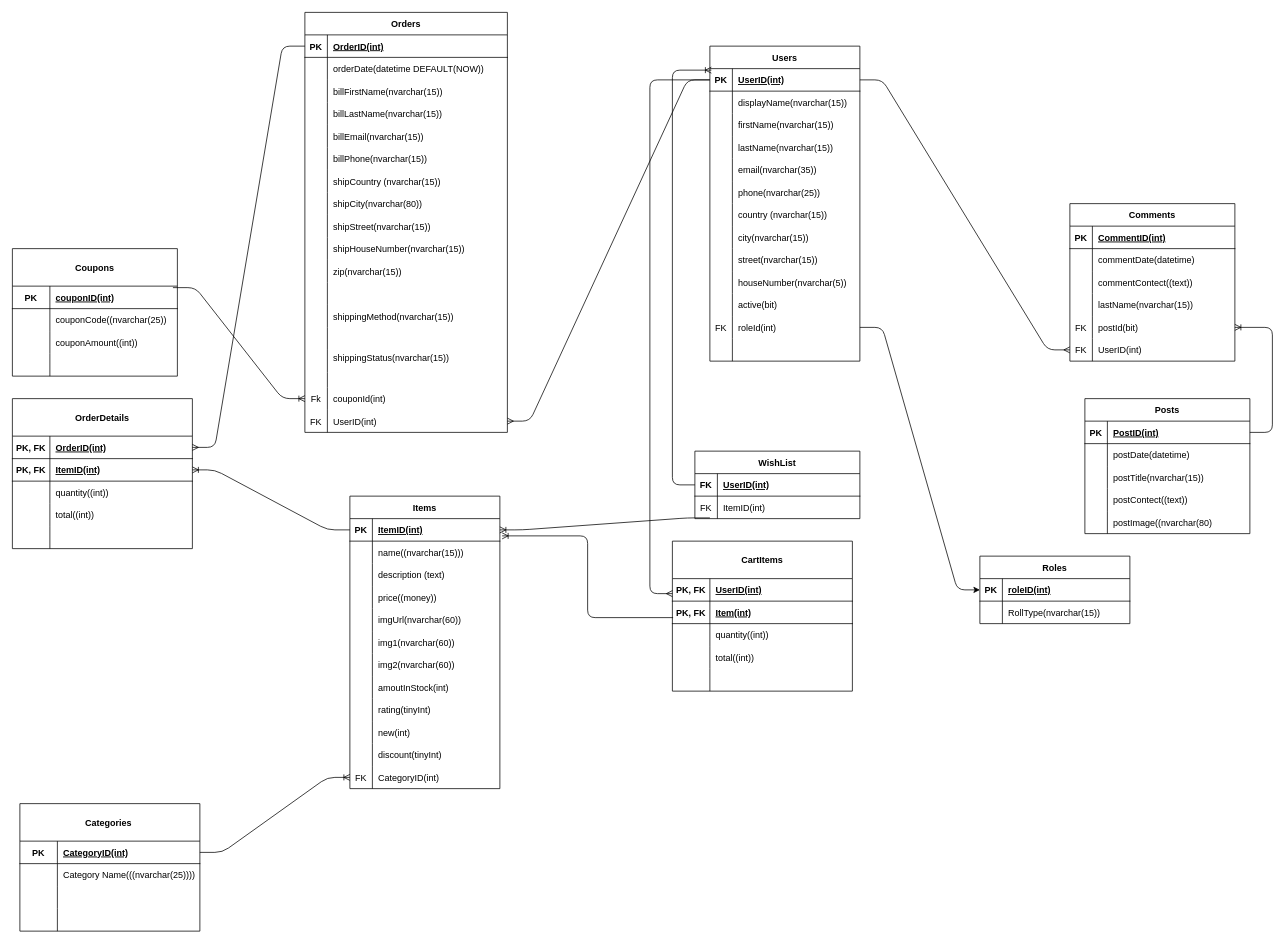
Earlier version of the draw.io diagram Untitled Diagram.drawio (giladdekel/TypescriptE). Source tidied: cells renumbered, new cells numbered last; positions are measured from the earlier drawing's top-left corner, leaving out a move shared by most shapes. Both pictures are drawn from the tidied source at 75%, with x=0, y=0 at pixel (12, 12).
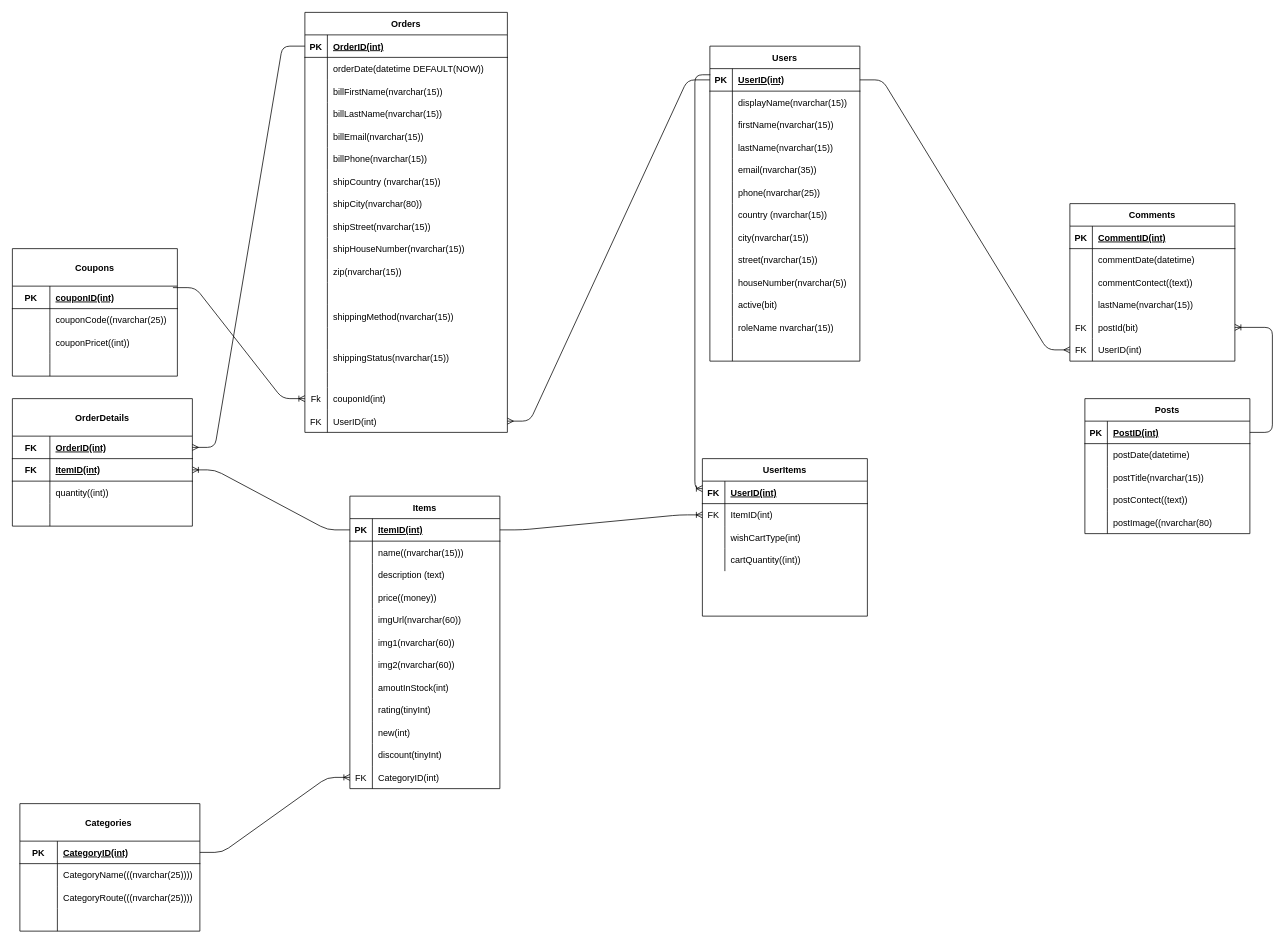
The same page after the edit.

The change refers to these unchanged cells:
```xml
<mxCell id="3" style="shape=partialRectangle;fillColor=none;top=0;left=0;bottom=1;right=0;points=[[0,0.5],[1,0.5]];portConstraint=eastwest;" parent="2" vertex="1">
  <mxGeometry y="30" width="200" height="30" as="geometry" />
</mxCell>
<mxCell id="36" style="shape=partialRectangle;fillColor=none;top=0;left=0;bottom=0;right=0;points=[[0,0.5],[1,0.5]];portConstraint=eastwest;" parent="2" vertex="1">
  <mxGeometry y="360" width="200" height="30" as="geometry" />
</mxCell>
<mxCell id="100" style="shape=partialRectangle;fillColor=none;top=0;left=0;bottom=1;right=0;points=[[0,0.5],[1,0.5]];portConstraint=eastwest;" parent="99" vertex="1">
  <mxGeometry y="50" width="240" height="30" as="geometry" />
</mxCell>
<mxCell id="103" style="shape=partialRectangle;fillColor=none;top=0;left=0;bottom=1;right=0;points=[[0,0.5],[1,0.5]];portConstraint=eastwest;" parent="99" vertex="1">
  <mxGeometry y="80" width="240" height="30" as="geometry" />
</mxCell>
<mxCell id="117" style="shape=partialRectangle;fillColor=none;top=0;left=0;bottom=1;right=0;points=[[0,0.5],[1,0.5]];portConstraint=eastwest;" parent="116" vertex="1">
  <mxGeometry y="30" width="200" height="30" as="geometry" />
</mxCell>
<mxCell id="158" style="shape=partialRectangle;fillColor=none;top=0;left=0;bottom=0;right=0;" parent="154" vertex="1">
  <mxGeometry y="80" width="240" height="30" as="geometry" />
</mxCell>
<mxCell id="215" style="shape=partialRectangle;fillColor=none;top=0;left=0;bottom=1;right=0;points=[[0,0.5],[1,0.5]];portConstraint=eastwest;" parent="214" vertex="1">
  <mxGeometry y="30" width="220" height="30" as="geometry" />
</mxCell>
<mxCell id="218" style="shape=partialRectangle;fillColor=none;top=0;left=0;bottom=0;right=0;points=[[0,0.5],[1,0.5]];portConstraint=eastwest;" parent="214" vertex="1">
  <mxGeometry y="60" width="220" height="30" as="geometry" />
</mxCell>
<mxCell id="230" style="shape=partialRectangle;fillColor=none;top=0;left=0;bottom=0;right=0;" parent="223" vertex="1">
  <mxGeometry y="110" width="220" height="30" as="geometry" />
</mxCell>
```

Diff of the diagram source:
```diff
@@
-    <mxCell id="37" value="FK" style="shape=partialRectangle;fillColor=none;top=0;left=0;bottom=0;right=0;overflow=hidden;" parent="36" vertex="1">
+    <mxCell id="37" style="shape=partialRectangle;fillColor=none;top=0;left=0;bottom=0;right=0;overflow=hidden;" parent="36" vertex="1">
       <mxGeometry width="30" height="30" as="geometry" />
     </mxCell>
-    <mxCell id="38" value="roleId(int)" style="shape=partialRectangle;fillColor=none;top=0;left=0;bottom=0;right=0;align=left;spacingLeft=6;overflow=hidden;" parent="36" vertex="1">
+    <mxCell id="38" value="roleName nvarchar(15))" style="shape=partialRectangle;fillColor=none;top=0;left=0;bottom=0;right=0;align=left;spacingLeft=6;overflow=hidden;" parent="36" vertex="1">
       <mxGeometry x="30" width="170" height="30" as="geometry" />
     </mxCell>
@@
     <mxCell id="99" value="OrderDetails" style="shape=table;startSize=50;childLayout=tableLayout;rowLines=0;fontStyle=1;align=center;" parent="1" vertex="1">
-      <mxGeometry y="515" width="240" height="200" as="geometry" />
+      <mxGeometry y="515" width="240" height="170" as="geometry" />
     </mxCell>
@@
-    <mxCell id="101" value="PK, FK" style="shape=partialRectangle;fillColor=none;top=0;left=0;bottom=0;right=0;fontStyle=1;overflow=hidden;" parent="100" vertex="1">
+    <mxCell id="101" value="FK" style="shape=partialRectangle;fillColor=none;top=0;left=0;bottom=0;right=0;fontStyle=1;overflow=hidden;" parent="100" vertex="1">
       <mxGeometry width="50" height="30" as="geometry" />
     </mxCell>
@@
-    <mxCell id="104" value="PK, FK" style="shape=partialRectangle;fillColor=none;top=0;left=0;bottom=0;right=0;fontStyle=1;overflow=hidden;" parent="103" vertex="1">
+    <mxCell id="104" value="FK" style="shape=partialRectangle;fillColor=none;top=0;left=0;bottom=0;right=0;fontStyle=1;overflow=hidden;" parent="103" vertex="1">
       <mxGeometry width="50" height="30" as="geometry" />
     </mxCell>
@@
-    <mxCell id="109" style="shape=partialRectangle;fillColor=none;top=0;left=0;bottom=0;right=0;" parent="99" vertex="1">
-      <mxGeometry y="140" width="240" height="30" as="geometry" />
-    </mxCell>
-    <mxCell id="110" style="shape=partialRectangle;fillColor=none;top=0;left=0;bottom=0;right=0;overflow=hidden;" parent="109" vertex="1">
-      <mxGeometry width="50" height="30" as="geometry" />
-    </mxCell>
-    <mxCell id="111" value="total((int))" style="shape=partialRectangle;fillColor=none;top=0;left=0;bottom=0;right=0;align=left;spacingLeft=6;overflow=hidden;" parent="109" vertex="1">
-      <mxGeometry x="50" width="190" height="30" as="geometry" />
-    </mxCell>
     <mxCell id="112" style="shape=partialRectangle;fillColor=none;top=0;left=0;bottom=0;right=0;" parent="99" vertex="1">
-      <mxGeometry y="170" width="240" height="30" as="geometry" />
+      <mxGeometry y="140" width="240" height="30" as="geometry" />
     </mxCell>
@@
-    <mxCell id="160" value="Category Name(((nvarchar(25))))" style="shape=partialRectangle;fillColor=none;top=0;left=0;bottom=0;right=0;align=left;spacingLeft=6;overflow=hidden;" parent="158" vertex="1">
+    <mxCell id="160" value="CategoryName(((nvarchar(25))))" style="shape=partialRectangle;fillColor=none;top=0;left=0;bottom=0;right=0;align=left;spacingLeft=6;overflow=hidden;" parent="158" vertex="1">
       <mxGeometry x="50" width="190" height="30" as="geometry" />
     </mxCell>
@@
-    <mxCell id="168" value="Roles" style="shape=table;startSize=30;childLayout=tableLayout;rowLines=0;fontStyle=1;align=center;" parent="1" vertex="1">
-      <mxGeometry x="1290" y="725" width="200" height="90" as="geometry" />
-    </mxCell>
-    <mxCell id="169" style="shape=partialRectangle;fillColor=none;top=0;left=0;bottom=1;right=0;points=[[0,0.5],[1,0.5]];portConstraint=eastwest;" parent="168" vertex="1">
-      <mxGeometry y="30" width="200" height="30" as="geometry" />
-    </mxCell>
-    <mxCell id="170" value="PK" style="shape=partialRectangle;fillColor=none;top=0;left=0;bottom=0;right=0;fontStyle=1;overflow=hidden;" parent="169" vertex="1">
-      <mxGeometry width="30" height="30" as="geometry" />
-    </mxCell>
-    <mxCell id="171" value="roleID(int)" style="shape=partialRectangle;fillColor=none;top=0;left=0;bottom=0;right=0;align=left;spacingLeft=6;fontStyle=5;overflow=hidden;" parent="169" vertex="1">
-      <mxGeometry x="30" width="170" height="30" as="geometry" />
-    </mxCell>
-    <mxCell id="172" style="shape=partialRectangle;fillColor=none;top=0;left=0;bottom=0;right=0;" parent="168" vertex="1">
-      <mxGeometry y="60" width="200" height="30" as="geometry" />
-    </mxCell>
-    <mxCell id="173" style="shape=partialRectangle;fillColor=none;top=0;left=0;bottom=0;right=0;overflow=hidden;" parent="172" vertex="1">
-      <mxGeometry width="30" height="30" as="geometry" />
-    </mxCell>
-    <mxCell id="174" value="RollType(nvarchar(15))" style="shape=partialRectangle;fillColor=none;top=0;left=0;bottom=0;right=0;align=left;spacingLeft=6;overflow=hidden;" parent="172" vertex="1">
-      <mxGeometry x="30" width="170" height="30" as="geometry" />
-    </mxCell>
-    <mxCell id="175" style="edgeStyle=entityRelationEdgeStyle;fontSize=12;html=1;endArrow=ERmany;exitX=0;exitY=0.5;exitDx=0;exitDy=0;strokeColor=none;" parent="1" edge="1" source="169" target="36">
-      <mxGeometry relative="1" as="geometry" />
+    <mxCell id="175" style="edgeStyle=entityRelationEdgeStyle;fontSize=12;html=1;endArrow=ERmany;exitX=0;exitY=0.5;exitDx=0;exitDy=0;strokeColor=none;" parent="1" edge="1" target="36">
+      <mxGeometry relative="1" as="geometry">
+        <mxPoint x="1290" y="770" as="sourcePoint" />
+      </mxGeometry>
     </mxCell>
-    <mxCell id="176" style="edgeStyle=entityRelationEdgeStyle;fontSize=12;html=1;endArrow=classic;endFill=1;" parent="1" edge="1" source="36" target="169">
-      <mxGeometry relative="1" as="geometry" />
-    </mxCell>
@@
-    <mxCell id="214" value="WishList" style="shape=table;startSize=30;childLayout=tableLayout;rowLines=0;fontStyle=1;align=center;" parent="1" vertex="1">
-      <mxGeometry x="910" y="585" width="220" height="90" as="geometry" />
+    <mxCell id="214" value="UserItems" style="shape=table;startSize=30;childLayout=tableLayout;rowLines=0;fontStyle=1;align=center;" parent="1" vertex="1">
+      <mxGeometry x="920" y="595" width="220" height="210" as="geometry" />
     </mxCell>
@@
+    <mxCell id="255" style="shape=partialRectangle;fillColor=none;top=0;left=0;bottom=0;right=0;" parent="214" vertex="1">
+      <mxGeometry y="90" width="220" height="30" as="geometry" />
+    </mxCell>
+    <mxCell id="173" style="shape=partialRectangle;fillColor=none;top=0;left=0;bottom=0;right=0;overflow=hidden;" parent="255" vertex="1">
+      <mxGeometry width="30" height="30" as="geometry" />
+    </mxCell>
+    <mxCell id="256" value="wishCartType(int)" style="shape=partialRectangle;fillColor=none;top=0;left=0;bottom=0;right=0;align=left;spacingLeft=6;overflow=hidden;" parent="255" vertex="1">
+      <mxGeometry x="30" width="190" height="30" as="geometry" />
+    </mxCell>
+    <mxCell id="244" style="shape=partialRectangle;fillColor=none;top=0;left=0;bottom=0;right=0;" parent="214" vertex="1">
+      <mxGeometry y="120" width="220" height="30" as="geometry" />
+    </mxCell>
+    <mxCell id="245" style="shape=partialRectangle;fillColor=none;top=0;left=0;bottom=0;right=0;overflow=hidden;" parent="244" vertex="1">
+      <mxGeometry width="30" height="30" as="geometry" />
+    </mxCell>
+    <mxCell id="246" value="cartQuantity((int))" style="shape=partialRectangle;fillColor=none;top=0;left=0;bottom=0;right=0;align=left;spacingLeft=6;overflow=hidden;" parent="244" vertex="1">
+      <mxGeometry x="30" width="190" height="30" as="geometry" />
+    </mxCell>
-    <mxCell id="221" style="edgeStyle=elbowEdgeStyle;fontSize=12;html=1;endArrow=ERoneToMany;exitX=0;exitY=0.5;exitDx=0;exitDy=0;entryX=0.01;entryY=0.067;entryDx=0;entryDy=0;entryPerimeter=0;" parent="1" edge="1" source="215" target="3">
+    <mxCell id="221" style="edgeStyle=elbowEdgeStyle;fontSize=12;html=1;endArrow=ERoneToMany;endFill=0;exitX=0.003;exitY=0.273;exitDx=0;exitDy=0;exitPerimeter=0;" parent="1" edge="1" source="3">
       <mxGeometry relative="1" as="geometry">
+        <mxPoint x="920" y="635" as="targetPoint" />
         <Array as="points">
+          <mxPoint x="910" y="635" />
           <mxPoint x="880" y="585" />
         </Array>
       </mxGeometry>
     </mxCell>
-    <mxCell id="222" style="edgeStyle=entityRelationEdgeStyle;fontSize=12;html=1;endArrow=ERoneToMany;exitX=0.091;exitY=0.967;exitDx=0;exitDy=0;exitPerimeter=0;entryX=1;entryY=0.5;entryDx=0;entryDy=0;" parent="1" edge="1" source="218" target="117">
-      <mxGeometry relative="1" as="geometry" />
-    </mxCell>
@@
-    <mxCell id="232" value="couponAmount((int))" style="shape=partialRectangle;fillColor=none;top=0;left=0;bottom=0;right=0;align=left;spacingLeft=6;overflow=hidden;" parent="230" vertex="1">
+    <mxCell id="232" value="couponPricet((int))" style="shape=partialRectangle;fillColor=none;top=0;left=0;bottom=0;right=0;align=left;spacingLeft=6;overflow=hidden;" parent="230" vertex="1">
       <mxGeometry x="50" width="170" height="30" as="geometry" />
     </mxCell>
@@
-    <mxCell id="237" value="CartItems" style="shape=table;startSize=50;childLayout=tableLayout;rowLines=0;fontStyle=1;align=center;" parent="1" vertex="1">
-      <mxGeometry x="880" y="705" width="240" height="200" as="geometry" />
-    </mxCell>
-    <mxCell id="238" style="shape=partialRectangle;fillColor=none;top=0;left=0;bottom=1;right=0;" parent="237" vertex="1">
-      <mxGeometry y="50" width="240" height="30" as="geometry" />
-    </mxCell>
-    <mxCell id="239" value="PK, FK" style="shape=partialRectangle;fillColor=none;top=0;left=0;bottom=0;right=0;fontStyle=1;overflow=hidden;" parent="238" vertex="1">
-      <mxGeometry width="50" height="30" as="geometry" />
-    </mxCell>
-    <mxCell id="240" value="UserID(int)" style="shape=partialRectangle;fillColor=none;top=0;left=0;bottom=0;right=0;align=left;spacingLeft=6;fontStyle=5;overflow=hidden;" parent="238" vertex="1">
-      <mxGeometry x="50" width="190" height="30" as="geometry" />
-    </mxCell>
-    <mxCell id="241" style="shape=partialRectangle;fillColor=none;top=0;left=0;bottom=1;right=0;points=[[0,0.5],[1,0.5]];portConstraint=eastwest;" parent="237" vertex="1">
-      <mxGeometry y="80" width="240" height="30" as="geometry" />
-    </mxCell>
-    <mxCell id="242" value="PK, FK" style="shape=partialRectangle;fillColor=none;top=0;left=0;bottom=0;right=0;fontStyle=1;overflow=hidden;" parent="241" vertex="1">
-      <mxGeometry width="50" height="30" as="geometry" />
-    </mxCell>
-    <mxCell id="243" value="Item(int)" style="shape=partialRectangle;fillColor=none;top=0;left=0;bottom=0;right=0;align=left;spacingLeft=6;fontStyle=5;overflow=hidden;" parent="241" vertex="1">
-      <mxGeometry x="50" width="190" height="30" as="geometry" />
-    </mxCell>
-    <mxCell id="244" style="shape=partialRectangle;fillColor=none;top=0;left=0;bottom=0;right=0;" parent="237" vertex="1">
-      <mxGeometry y="110" width="240" height="30" as="geometry" />
-    </mxCell>
-    <mxCell id="245" style="shape=partialRectangle;fillColor=none;top=0;left=0;bottom=0;right=0;overflow=hidden;" parent="244" vertex="1">
-      <mxGeometry width="50" height="30" as="geometry" />
-    </mxCell>
-    <mxCell id="246" value="quantity((int))" style="shape=partialRectangle;fillColor=none;top=0;left=0;bottom=0;right=0;align=left;spacingLeft=6;overflow=hidden;" parent="244" vertex="1">
-      <mxGeometry x="50" width="190" height="30" as="geometry" />
-    </mxCell>
-    <mxCell id="247" style="shape=partialRectangle;fillColor=none;top=0;left=0;bottom=0;right=0;" parent="237" vertex="1">
-      <mxGeometry y="140" width="240" height="30" as="geometry" />
-    </mxCell>
-    <mxCell id="248" style="shape=partialRectangle;fillColor=none;top=0;left=0;bottom=0;right=0;overflow=hidden;" parent="247" vertex="1">
-      <mxGeometry width="50" height="30" as="geometry" />
-    </mxCell>
-    <mxCell id="249" value="total((int))" style="shape=partialRectangle;fillColor=none;top=0;left=0;bottom=0;right=0;align=left;spacingLeft=6;overflow=hidden;" parent="247" vertex="1">
-      <mxGeometry x="50" width="190" height="30" as="geometry" />
-    </mxCell>
-    <mxCell id="250" style="shape=partialRectangle;fillColor=none;top=0;left=0;bottom=0;right=0;" parent="237" vertex="1">
-      <mxGeometry y="170" width="240" height="30" as="geometry" />
-    </mxCell>
-    <mxCell id="251" style="shape=partialRectangle;fillColor=none;top=0;left=0;bottom=0;right=0;overflow=hidden;" parent="250" vertex="1">
-      <mxGeometry width="50" height="30" as="geometry" />
-    </mxCell>
-    <mxCell id="252" style="shape=partialRectangle;fillColor=none;top=0;left=0;bottom=0;right=0;align=left;spacingLeft=6;overflow=hidden;" parent="250" vertex="1">
-      <mxGeometry x="50" width="190" height="30" as="geometry" />
-    </mxCell>
-    <mxCell id="253" style="edgeStyle=elbowEdgeStyle;fontSize=12;html=1;endArrow=ERmany;exitX=0;exitY=0.5;exitDx=0;exitDy=0;" parent="1" edge="1" source="3">
-      <mxGeometry relative="1" as="geometry">
-        <mxPoint x="880" y="775" as="targetPoint" />
-        <Array as="points">
-          <mxPoint x="850" y="775" />
-        </Array>
-      </mxGeometry>
-    </mxCell>
-    <mxCell id="254" style="edgeStyle=elbowEdgeStyle;fontSize=12;html=1;endArrow=ERoneToMany;exitX=0.004;exitY=0.733;exitDx=0;exitDy=0;exitPerimeter=0;entryX=1.015;entryY=0.767;entryDx=0;entryDy=0;entryPerimeter=0;" parent="1" edge="1" source="241" target="117">
-      <mxGeometry relative="1" as="geometry" />
-    </mxCell>
+    <mxCell id="222" style="edgeStyle=entityRelationEdgeStyle;fontSize=12;html=1;endArrow=ERoneToMany;exitX=1;exitY=0.5;exitDx=0;exitDy=0;entryX=0;entryY=0.5;entryDx=0;entryDy=0;" parent="1" edge="1" source="117" target="218">
+      <mxGeometry relative="1" as="geometry" />
+    </mxCell>
+    <mxCell id="257" value="CategoryRoute(((nvarchar(25))))" style="shape=partialRectangle;fillColor=none;top=0;left=0;bottom=0;right=0;align=left;spacingLeft=6;overflow=hidden;" parent="1" vertex="1">
+      <mxGeometry x="60" y="1165" width="190" height="30" as="geometry" />
+    </mxCell>
```
